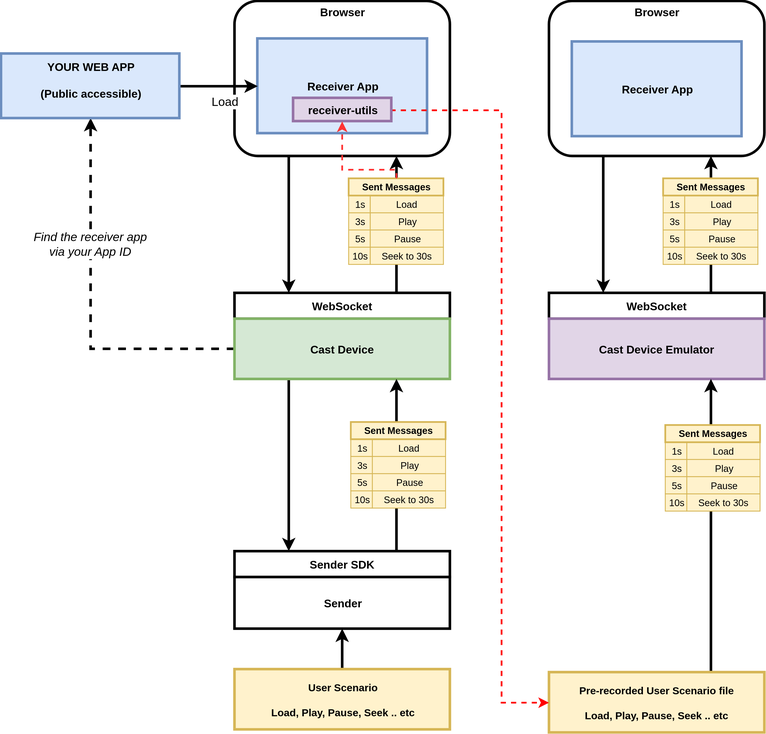
Before: diagram.svg, a diagram exported from draw.io (ajhsu/chromecast-device-emulator). Source tidied: cells renumbered, new cells last; positions are measured from the earlier drawing's top-left corner, leaving out a move shared by most shapes.
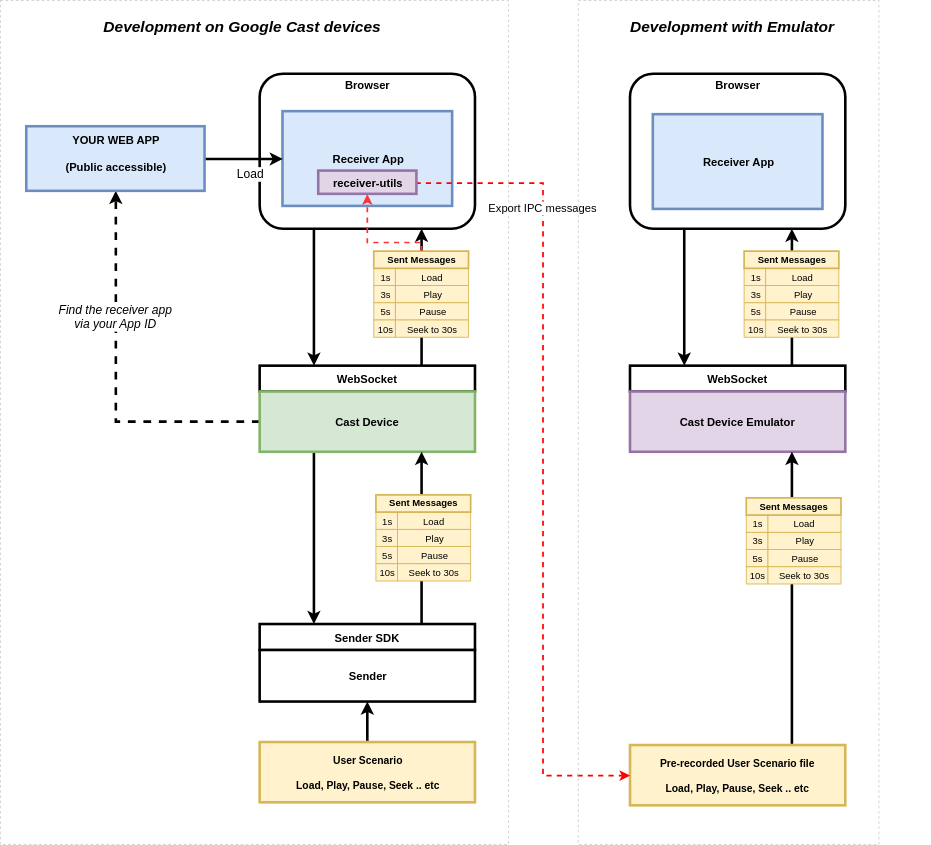
The same diagram one commit later.

What changed in the source:
```diff
@@ -2,6 +2,9 @@
   <root>
     <mxCell id="0" />
     <mxCell id="1" parent="0" />
+    <mxCell id="68" style="rounded=0;whiteSpace=wrap;html=1;shadow=0;glass=0;strokeWidth=1;fillColor=none;fontSize=13;align=center;dashed=1;strokeColor=#CCCCCC;" parent="1" vertex="1">
+      <mxGeometry x="-30" y="-85" width="590" height="980" as="geometry" />
+    </mxCell>
     <mxCell id="2" style="edgeStyle=orthogonalEdgeStyle;rounded=0;html=1;exitX=0.25;exitY=1;entryX=0.25;entryY=0;jettySize=auto;strokeWidth=3;" parent="1" edge="1" source="3" target="7">
       <mxGeometry relative="1" as="geometry" />
     </mxCell>
@@ -45,28 +48,28 @@
       <mxGeometry relative="1" as="geometry" />
     </mxCell>
     <mxCell id="16" value="&lt;p style=&quot;margin: 4px 0px 0px; text-align: center; font-size: 13px;&quot;&gt;Browser&lt;/p&gt;" style="verticalAlign=middle;align=center;overflow=fill;fontSize=13;fontFamily=Helvetica;html=1;rounded=1;fontStyle=1;strokeWidth=3;fillColor=#ffffff;strokeColor=#000000;" parent="1" vertex="1">
-      <mxGeometry x="636" width="250" height="180" as="geometry" />
+      <mxGeometry x="701" width="250" height="180" as="geometry" />
     </mxCell>
     <mxCell id="17" value="Receiver App" style="whiteSpace=wrap;align=center;verticalAlign=middle;fontStyle=1;strokeWidth=3;fillColor=#dae8fc;strokeColor=#6c8ebf;fontSize=13;" parent="1" vertex="1">
-      <mxGeometry x="662.5" y="47" width="197" height="110" as="geometry" />
+      <mxGeometry x="727.5" y="47" width="197" height="110" as="geometry" />
     </mxCell>
     <mxCell id="18" style="edgeStyle=orthogonalEdgeStyle;rounded=0;html=1;exitX=0.75;exitY=0;entryX=0.75;entryY=1;jettySize=auto;strokeWidth=3;" parent="1" edge="1" source="19" target="16">
       <mxGeometry relative="1" as="geometry" />
     </mxCell>
     <mxCell id="19" value="WebSocket" style="whiteSpace=wrap;align=center;verticalAlign=middle;fontStyle=1;strokeWidth=3;fillColor=#ffffff;strokeColor=#000000;fontSize=13;" parent="1" vertex="1">
-      <mxGeometry x="636" y="339" width="250" height="30" as="geometry" />
+      <mxGeometry x="701" y="339" width="250" height="30" as="geometry" />
     </mxCell>
     <mxCell id="20" value="Cast Device Emulator" style="whiteSpace=wrap;align=center;verticalAlign=middle;fontStyle=1;strokeWidth=3;fillColor=#e1d5e7;strokeColor=#9673a6;fontSize=13;" parent="1" vertex="1">
-      <mxGeometry x="636" y="369" width="250" height="70" as="geometry" />
+      <mxGeometry x="701" y="369" width="250" height="70" as="geometry" />
     </mxCell>
     <mxCell id="21" style="edgeStyle=orthogonalEdgeStyle;rounded=0;html=1;exitX=0.75;exitY=0;entryX=0.75;entryY=1;jettySize=auto;strokeWidth=3;fontSize=11;" parent="1" edge="1" source="22" target="20">
       <mxGeometry relative="1" as="geometry" />
     </mxCell>
     <mxCell id="22" value="Pre-recorded User Scenario file&#10;&#10;Load, Play, Pause, Seek .. etc" style="whiteSpace=wrap;align=center;verticalAlign=middle;fontStyle=1;strokeWidth=3;fillColor=#fff2cc;strokeColor=#d6b656;" parent="1" vertex="1">
-      <mxGeometry x="636" y="779.5" width="250" height="70" as="geometry" />
+      <mxGeometry x="701" y="779.5" width="250" height="70" as="geometry" />
     </mxCell>
     <mxCell id="23" style="group;" parent="1" vertex="1">
-      <mxGeometry x="771" y="492.5" width="110" height="100" as="geometry" />
+      <mxGeometry x="836" y="492.5" width="110" height="100" as="geometry" />
     </mxCell>
     <mxCell id="24" value="Play" style="rounded=0;whiteSpace=wrap;html=1;strokeWidth=1;fillColor=#fff2cc;fontSize=11;align=center;strokeColor=#d6b656;" parent="23" vertex="1">
       <mxGeometry x="25" y="40" width="85" height="20" as="geometry" />
@@ -96,7 +99,7 @@
       <mxGeometry width="110" height="20" as="geometry" />
     </mxCell>
     <mxCell id="33" style="group;" parent="1" vertex="1">
-      <mxGeometry x="768.5" y="206" width="110" height="100" as="geometry" />
+      <mxGeometry x="833.5" y="206" width="110" height="100" as="geometry" />
     </mxCell>
     <mxCell id="34" value="Play" style="rounded=0;whiteSpace=wrap;html=1;strokeWidth=1;fillColor=#fff2cc;fontSize=11;align=center;strokeColor=#d6b656;" parent="33" vertex="1">
       <mxGeometry x="25" y="40" width="85" height="20" as="geometry" />
@@ -191,11 +194,12 @@
     <mxCell id="64" value="YOUR WEB APP&#10;&#10;(Public accessible)&#10;" style="whiteSpace=wrap;align=center;verticalAlign=middle;fontStyle=1;strokeWidth=3;fillColor=#dae8fc;strokeColor=#6c8ebf;fontSize=13;" parent="1" vertex="1">
       <mxGeometry y="61" width="207" height="75" as="geometry" />
     </mxCell>
-    <mxCell id="65" style="edgeStyle=orthogonalEdgeStyle;rounded=0;html=1;exitX=1;exitY=0.5;entryX=0;entryY=0.5;dashed=1;jettySize=auto;strokeWidth=2;fontSize=13;strokeColor=#FF0000;" parent="1" edge="1" source="66" target="22">
-      <mxGeometry relative="1" as="geometry">
+    <mxCell id="65" value="Export IPC messages" style="edgeStyle=orthogonalEdgeStyle;rounded=0;html=1;exitX=1;exitY=0.5;entryX=0;entryY=0.5;dashed=1;jettySize=auto;strokeWidth=2;fontSize=13;strokeColor=#FF0000;horizontal=1;" parent="1" edge="1" source="66" target="22">
+      <mxGeometry x="-0.62" relative="1" as="geometry">
         <Array as="points">
-          <mxPoint x="581" y="126.5" />
-          <mxPoint x="581" y="814.5" />
+          <mxPoint x="453" y="127" />
+          <mxPoint x="600" y="127" />
+          <mxPoint x="600" y="815" />
         </Array>
       </mxGeometry>
     </mxCell>
@@ -210,5 +214,14 @@
         </Array>
       </mxGeometry>
     </mxCell>
+    <mxCell id="69" value="Development on Google Cast devices" style="text;html=1;strokeColor=none;fillColor=none;align=center;verticalAlign=middle;whiteSpace=wrap;rounded=0;shadow=0;glass=0;dashed=1;fontSize=18;fontStyle=3;" parent="1" vertex="1">
+      <mxGeometry x="20" y="-65" width="460" height="20" as="geometry" />
+    </mxCell>
+    <mxCell id="70" value="Development with Emulator" style="text;html=1;strokeColor=none;fillColor=none;align=center;verticalAlign=middle;whiteSpace=wrap;rounded=0;shadow=0;glass=0;dashed=1;fontSize=18;fontStyle=3;" parent="1" vertex="1">
+      <mxGeometry x="590" y="-65" width="460" height="20" as="geometry" />
+    </mxCell>
+    <mxCell id="71" style="rounded=0;whiteSpace=wrap;html=1;shadow=0;glass=0;strokeWidth=1;fillColor=none;fontSize=13;align=center;dashed=1;strokeColor=#CCCCCC;" parent="1" vertex="1">
+      <mxGeometry x="641" y="-85" width="349" height="980" as="geometry" />
+    </mxCell>
   </root>
 </mxGraphModel>
```
